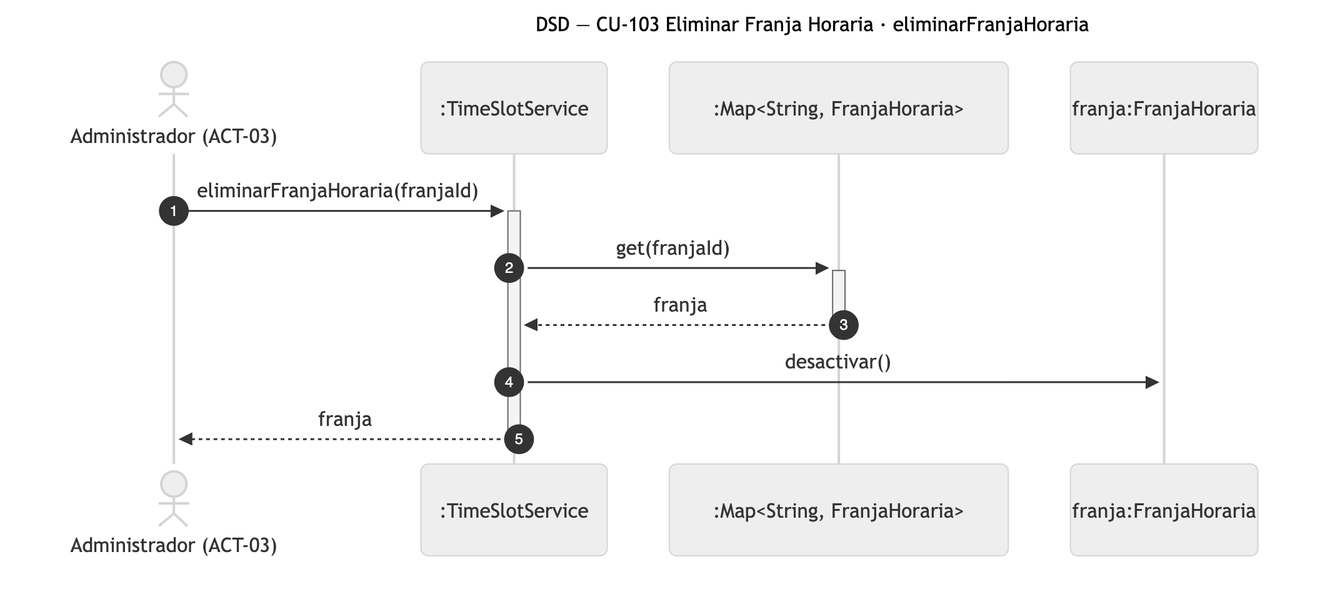
Above: diagramas/png/DSD_CU-103_eliminarFranjaHoraria.png in Nahuelito-Dev/splg-docs (Mermaid), before the change. Its source is kept beside it as diagramas/DSD_CU-103_eliminarFranjaHoraria.mmd.
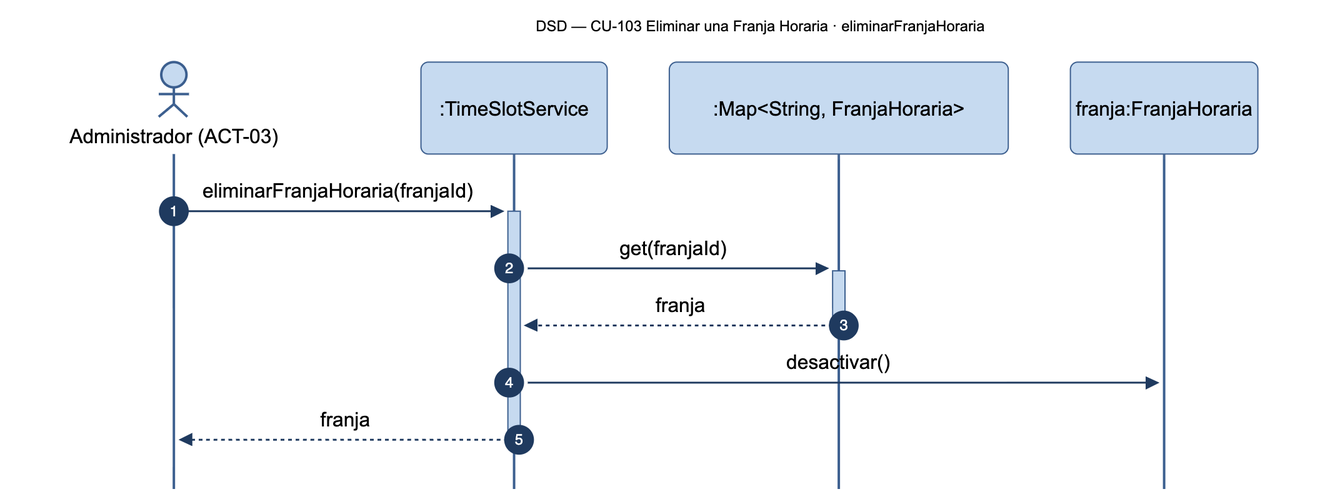
After the commit.

Change to the diagram source:
```diff
@@ -1,5 +1,5 @@
 sequenceDiagram
-    title DSD — CU-103 Eliminar Franja Horaria · eliminarFranjaHoraria
+    title DSD — CU-103 Eliminar una Franja Horaria · eliminarFranjaHoraria
     autonumber
     actor ADM as Administrador (ACT-03)
     participant SRV as :TimeSlotService
```
